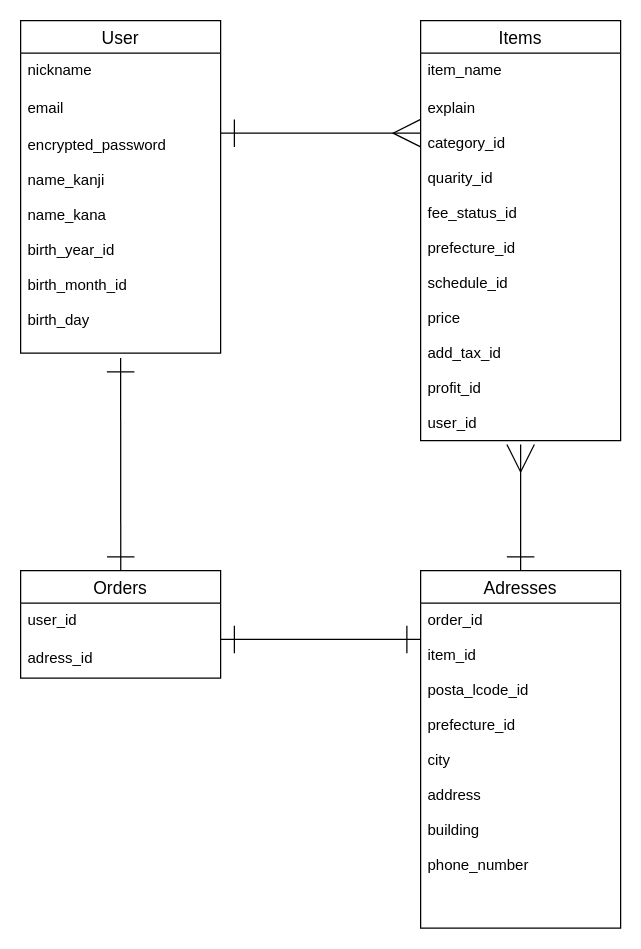
KazutakaSuzuki/furima-39272 keeps this draw.io diagram as ER.dio. Above is the earlier version. Source tidied: cells renumbered, new cells numbered last; positions are measured from the earlier drawing's top-left corner, leaving out a move shared by most shapes. Both pictures are drawn from the tidied source at 125%, with x=0, y=0 at pixel (20, 20).
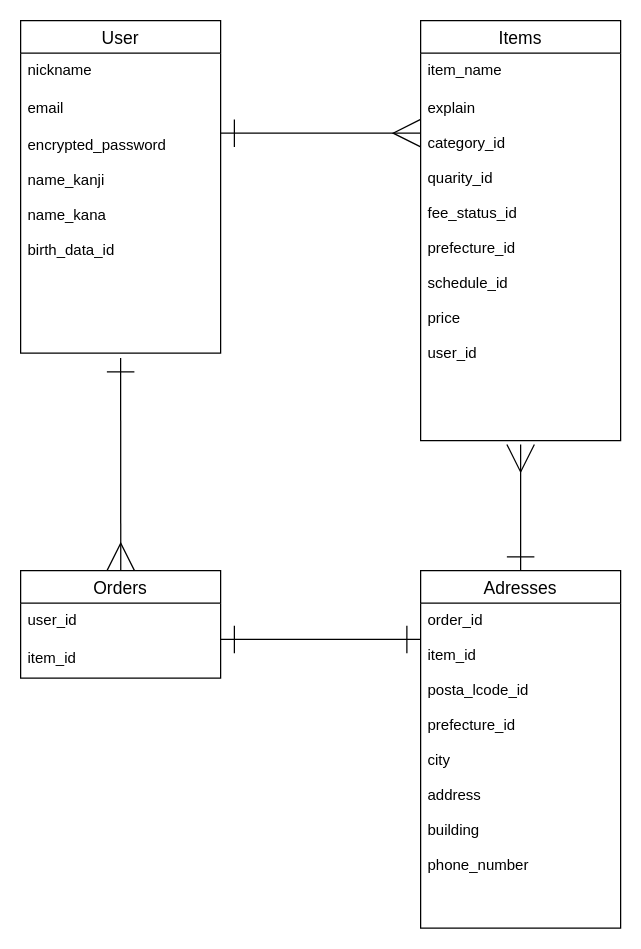
After the change.

Commit message (it also covers changes not shown here):
ER図/テーブル設計修正3

Unchanged cells that the change refers to:
```xml
<mxCell id="2" value="User" style="swimlane;fontStyle=0;horizontal=1;startSize=26;align=center;fontSize=14;" parent="1" vertex="1">
  <mxGeometry width="160" height="266" as="geometry" />
</mxCell>
<mxCell id="6" value="Items" style="swimlane;fontStyle=0;horizontal=1;startSize=26;align=center;fontSize=14;swimlaneLine=1;strokeColor=default;" parent="1" vertex="1">
  <mxGeometry x="320" width="160" height="336" as="geometry" />
</mxCell>
<mxCell id="14" value="Orders" style="swimlane;fontStyle=0;horizontal=1;startSize=26;align=center;fontSize=14;" parent="1" vertex="1">
  <mxGeometry y="440" width="160" height="86" as="geometry" />
</mxCell>
```

Change to the diagram source:
```diff
@@
-    <mxCell id="5" value="encrypted_password&#10;&#10;name_kanji&#10;&#10;name_kana&#10;&#10;birth_year_id&#10;&#10;birth_month_id&#10;&#10;birth_day" style="text;strokeColor=none;fillColor=none;spacingLeft=4;spacingRight=4;overflow=hidden;points=[[0,0.5],[1,0.5]];portConstraint=eastwest;fontSize=12;" parent="2" vertex="1">
+    <mxCell id="5" value="encrypted_password&#10;&#10;name_kanji&#10;&#10;name_kana&#10;&#10;birth_data_id" style="text;strokeColor=none;fillColor=none;spacingLeft=4;spacingRight=4;overflow=hidden;points=[[0,0.5],[1,0.5]];portConstraint=eastwest;fontSize=12;" parent="2" vertex="1">
       <mxGeometry y="86" width="160" height="180" as="geometry" />
     </mxCell>
@@
-    <mxCell id="8" value="explain&#10;&#10;category_id&#10;&#10;quarity_id&#10;&#10;fee_status_id&#10;&#10;prefecture_id&#10;&#10;schedule_id&#10;&#10;price&#10;&#10;add_tax_id&#10;&#10;profit_id&#10;&#10;user_id&#10;&#10;&#10;&#10;&#10;&#10;&#10;&#10;&#10;" style="text;strokeColor=none;fillColor=none;spacingLeft=4;spacingRight=4;overflow=hidden;points=[[0,0.5],[1,0.5]];portConstraint=eastwest;fontSize=12;" parent="6" vertex="1">
+    <mxCell id="8" value="explain&#10;&#10;category_id&#10;&#10;quarity_id&#10;&#10;fee_status_id&#10;&#10;prefecture_id&#10;&#10;schedule_id&#10;&#10;price&#10;&#10;user_id&#10;&#10;&#10;&#10;&#10;&#10;&#10;&#10;&#10;" style="text;strokeColor=none;fillColor=none;spacingLeft=4;spacingRight=4;overflow=hidden;points=[[0,0.5],[1,0.5]];portConstraint=eastwest;fontSize=12;" parent="6" vertex="1">
       <mxGeometry y="56" width="160" height="280" as="geometry" />
     </mxCell>
@@
-    <mxCell id="12" style="endArrow=ERone;html=1;rounded=0;strokeWidth=1;endSize=20;targetPerimeterSpacing=20;jumpSize=6;exitX=0.5;exitY=1.022;exitDx=0;exitDy=0;exitPerimeter=0;startArrow=ERone;startFill=0;sourcePerimeterSpacing=20;endFill=0;startSize=20;entryX=0.463;entryY=0;entryDx=0;entryDy=0;entryPerimeter=0;" parent="1" edge="1" source="5">
+    <mxCell id="12" style="endArrow=ERmany;html=1;rounded=0;strokeWidth=1;endSize=20;targetPerimeterSpacing=20;jumpSize=6;exitX=0.5;exitY=1.022;exitDx=0;exitDy=0;exitPerimeter=0;startArrow=ERone;startFill=0;sourcePerimeterSpacing=20;endFill=0;startSize=20;entryX=0.463;entryY=0;entryDx=0;entryDy=0;entryPerimeter=0;" parent="1" edge="1" source="5">
       <mxGeometry relative="1" as="geometry">
         <mxPoint x="80.1" y="440" as="targetPoint" />
       </mxGeometry>
     </mxCell>
@@
-    <mxCell id="16" value="adress_id" style="text;strokeColor=none;fillColor=none;spacingLeft=4;spacingRight=4;overflow=hidden;fontSize=12;" parent="14" vertex="1">
+    <mxCell id="16" value="item_id" style="text;strokeColor=none;fillColor=none;spacingLeft=4;spacingRight=4;overflow=hidden;fontSize=12;" parent="14" vertex="1">
       <mxGeometry y="56" width="160" height="30" as="geometry" />
     </mxCell>
```
